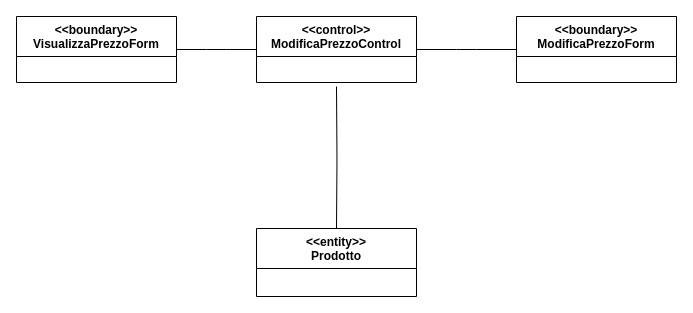
Before: Object&SequenceDiagram/OD_5.drawio in Ciro-Fusco/NewDM, a draw.io diagram. Source tidied: cells renumbered, new cells numbered last; positions are measured from the earlier drawing's top-left corner, leaving out a move shared by most shapes. Both pictures are drawn from the tidied source at 100%, with x=0, y=0 at pixel (16, 16).
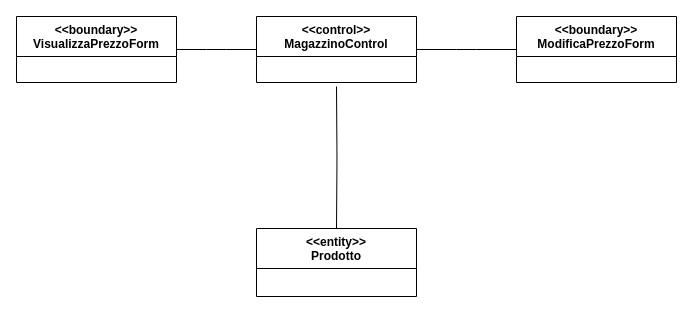
After the change.

Diff of the diagram source:
```diff
@@
 <mxGraphModel>
   <root>
     <mxCell id="0" />
     <mxCell id="1" parent="0" />
     <mxCell id="2" value="&lt;&lt;boundary&gt;&gt;&#10;VisualizzaPrezzoForm" style="swimlane;fontStyle=1;align=center;verticalAlign=top;horizontal=1;startSize=40;" parent="1" vertex="1">
       <mxGeometry width="160" height="66" as="geometry" />
     </mxCell>
-    <mxCell id="3" value="&lt;&lt;control&gt;&gt;&#10;ModificaPrezzoControl" style="swimlane;fontStyle=1;align=center;verticalAlign=top;horizontal=1;startSize=40;" parent="1" vertex="1">
+    <mxCell id="3" value="&lt;&lt;control&gt;&gt;&#10;MagazzinoControl" style="swimlane;fontStyle=1;align=center;verticalAlign=top;horizontal=1;startSize=40;" parent="1" vertex="1">
       <mxGeometry x="240" width="160" height="66" as="geometry" />
     </mxCell>
     <mxCell id="4" value="&lt;&lt;boundary&gt;&gt;&#10;ModificaPrezzoForm" style="swimlane;fontStyle=1;align=center;verticalAlign=top;horizontal=1;startSize=40;" parent="1" vertex="1">
       <mxGeometry x="500" width="160" height="66" as="geometry" />
     </mxCell>
     <mxCell id="5" style="endArrow=none;html=1;edgeStyle=orthogonalEdgeStyle;exitX=1;exitY=0.5;exitDx=0;exitDy=0;" parent="1" edge="1" source="2">
       <mxGeometry relative="1" as="geometry">
         <mxPoint x="240" y="33" as="targetPoint" />
       </mxGeometry>
     </mxCell>
     <mxCell id="6" style="endArrow=none;html=1;edgeStyle=orthogonalEdgeStyle;exitX=1;exitY=0.5;exitDx=0;exitDy=0;entryX=0;entryY=0.5;entryDx=0;entryDy=0;" parent="1" edge="1" source="3" target="4">
       <mxGeometry relative="1" as="geometry">
         <Array as="points">
           <mxPoint x="450" y="33" />
           <mxPoint x="450" y="33" />
         </Array>
       </mxGeometry>
     </mxCell>
     <mxCell id="7" style="endArrow=none;html=1;edgeStyle=orthogonalEdgeStyle;entryX=0.5;entryY=0;entryDx=0;entryDy=0;" parent="1" edge="1" target="8">
       <mxGeometry relative="1" as="geometry">
         <mxPoint x="320" y="70" as="sourcePoint" />
       </mxGeometry>
     </mxCell>
     <mxCell id="8" value="&lt;&lt;entity&gt;&gt;&#10;Prodotto" style="swimlane;fontStyle=1;align=center;verticalAlign=top;horizontal=1;startSize=40;" parent="1" vertex="1">
       <mxGeometry x="240" y="212" width="160" height="68" as="geometry" />
     </mxCell>
   </root>
 </mxGraphModel>
```
